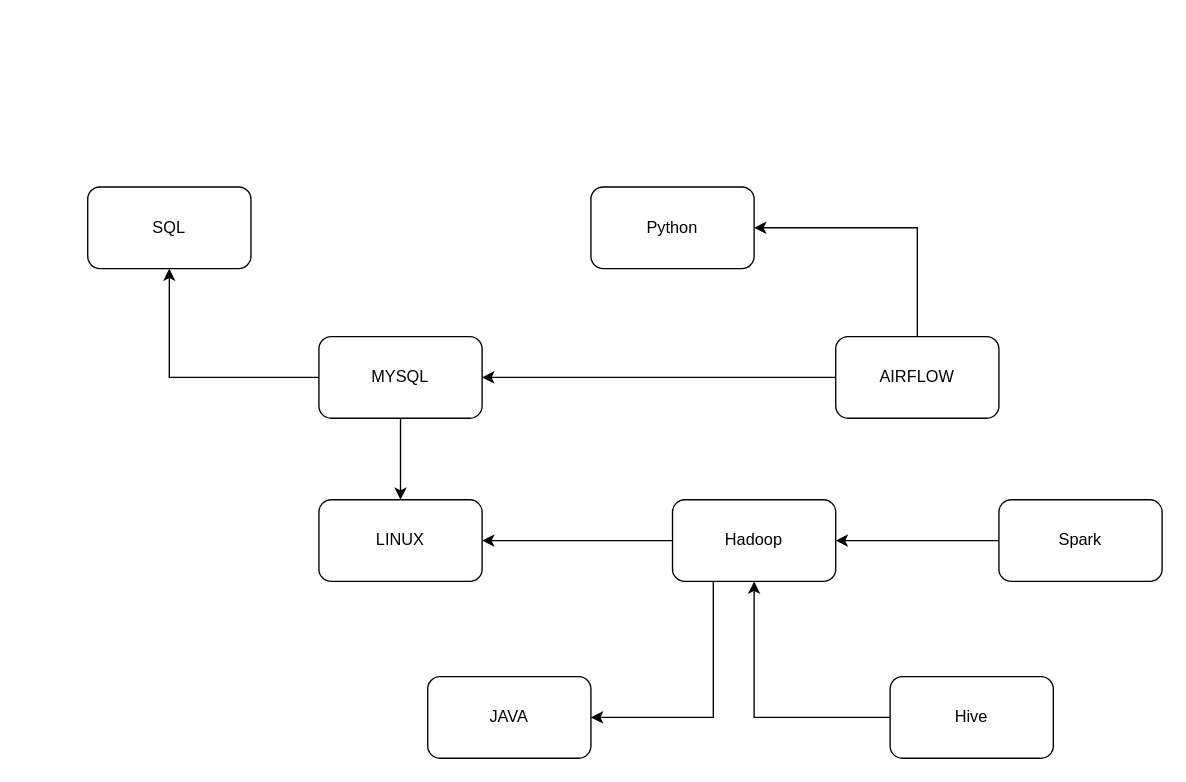
brendonlin/myflowchart keeps this draw.io diagram as TechTree.drawio. Above is the earlier version. Source tidied: cells renumbered, new cells numbered last; positions are measured from the earlier drawing's top-left corner, leaving out a move shared by most shapes. Both pictures are drawn from the tidied source at 136%, with x=0, y=0 at pixel (87, 186).
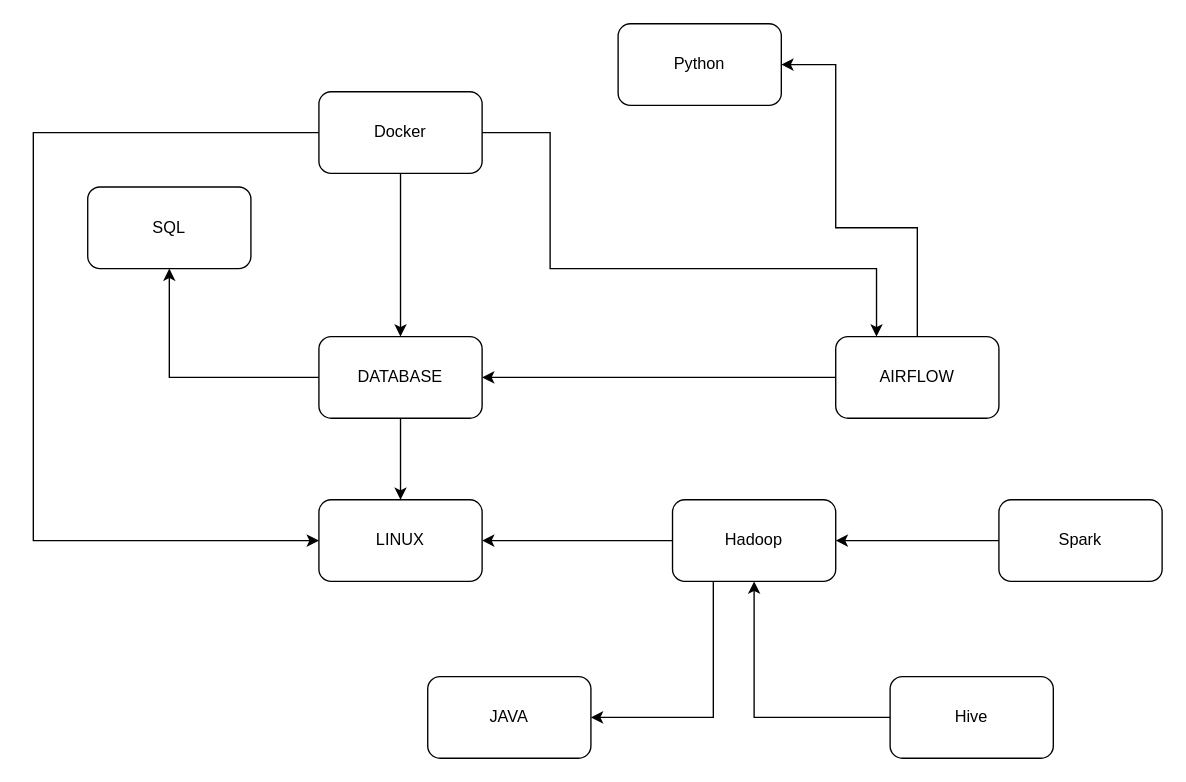
Above is the later version.

The change refers to these unchanged cells:
```xml
<mxCell id="7" value="AIRFLOW" style="rounded=1;whiteSpace=wrap;html=1;" parent="1" vertex="1">
  <mxGeometry x="550" y="110" width="120" height="60" as="geometry" />
</mxCell>
<mxCell id="8" value="LINUX" style="rounded=1;whiteSpace=wrap;html=1;" parent="1" vertex="1">
  <mxGeometry x="170" y="230" width="120" height="60" as="geometry" />
</mxCell>
```

The edit, as a diff of the source:
```diff
@@
-    <mxCell id="4" value="MYSQL" style="rounded=1;whiteSpace=wrap;html=1;" parent="1" vertex="1">
+    <mxCell id="4" value="DATABASE" style="rounded=1;whiteSpace=wrap;html=1;" parent="1" vertex="1">
       <mxGeometry x="170" y="110" width="120" height="60" as="geometry" />
     </mxCell>
@@
     <mxCell id="6" style="edgeStyle=orthogonalEdgeStyle;rounded=0;jettySize=auto;html=1;entryX=1;entryY=0.5;entryDx=0;entryDy=0;" parent="1" edge="1" source="7" target="9">
       <mxGeometry relative="1" as="geometry">
         <Array as="points">
           <mxPoint x="610" y="30" />
+          <mxPoint x="550" y="30" />
+          <mxPoint x="550" y="-90" />
         </Array>
       </mxGeometry>
     </mxCell>
@@
     <mxCell id="9" value="Python" style="rounded=1;whiteSpace=wrap;html=1;" parent="1" vertex="1">
-      <mxGeometry x="370" width="120" height="60" as="geometry" />
+      <mxGeometry x="390" y="-120" width="120" height="60" as="geometry" />
     </mxCell>
@@
+    <mxCell id="19" style="edgeStyle=orthogonalEdgeStyle;rounded=0;jettySize=auto;html=1;entryX=0.5;entryY=0;entryDx=0;entryDy=0;" parent="1" edge="1" source="22" target="4">
+      <mxGeometry relative="1" as="geometry" />
+    </mxCell>
+    <mxCell id="20" style="edgeStyle=orthogonalEdgeStyle;rounded=0;jettySize=auto;html=1;entryX=0.25;entryY=0;entryDx=0;entryDy=0;" parent="1" edge="1" source="22" target="7">
+      <mxGeometry relative="1" as="geometry">
+        <Array as="points">
+          <mxPoint x="340" y="-40" />
+          <mxPoint x="340" y="60" />
+          <mxPoint x="580" y="60" />
+        </Array>
+      </mxGeometry>
+    </mxCell>
+    <mxCell id="21" style="edgeStyle=orthogonalEdgeStyle;rounded=0;jettySize=auto;html=1;entryX=0;entryY=0.5;entryDx=0;entryDy=0;" parent="1" edge="1" source="22" target="8">
+      <mxGeometry relative="1" as="geometry">
+        <Array as="points">
+          <mxPoint x="-40" y="-40" />
+          <mxPoint x="-40" y="260" />
+        </Array>
+      </mxGeometry>
+    </mxCell>
+    <mxCell id="22" value="Docker" style="rounded=1;whiteSpace=wrap;html=1;" parent="1" vertex="1">
+      <mxGeometry x="170" y="-70" width="120" height="60" as="geometry" />
+    </mxCell>
```
